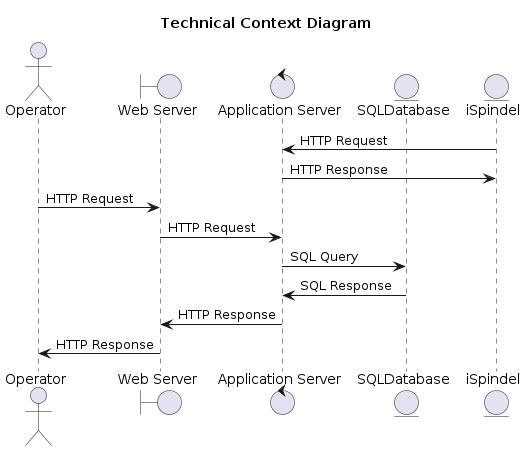
Before: documents/01-Conception-Phase/images/03-Context-View-Technical.png, a diagram exported from PlantUML (asbor/iu-project-software-engineering).
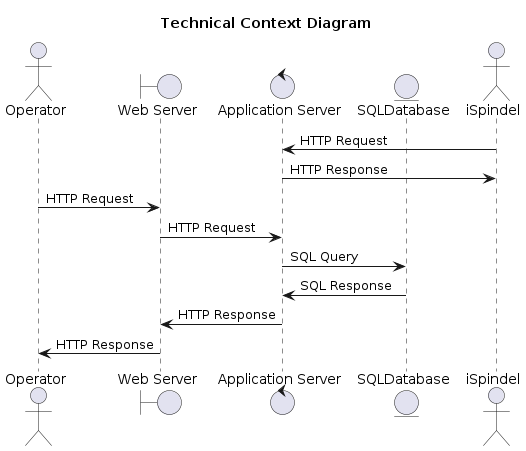
The same diagram one commit later.

Change to the diagram source:
```diff
@@ -6,7 +6,7 @@
 boundary WebServer as "Web Server"
 control AppServer as "Application Server"
 entity Database as "SQLDatabase"
-entity ISpindel as "iSpindel"
+actor ISpindel as "iSpindel"
 
 ISpindel -> AppServer : HTTP Request
 AppServer -> ISpindel : HTTP Response
```
